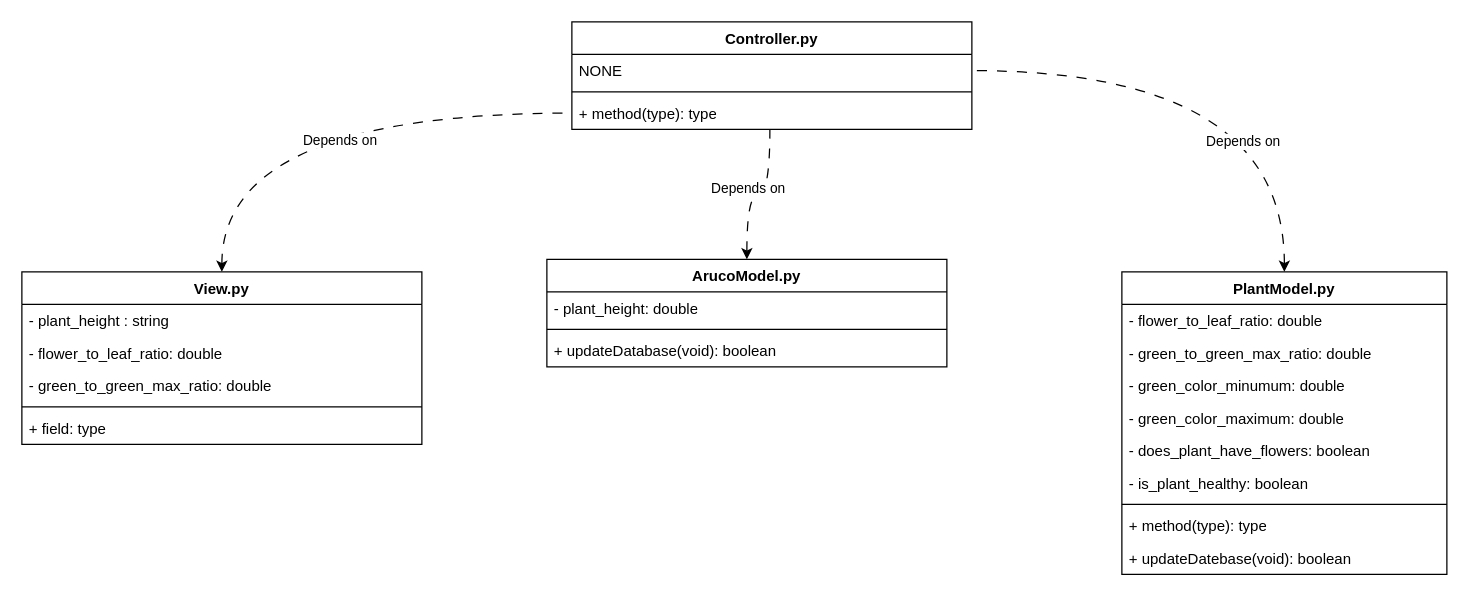
Above: page "UML" (3 of 3) of docs/block_diagram_flower_growth_tracker.drawio in JovanyZepeda/miniature-doodle (draw.io), before the change. Source tidied: cells renumbered, new cells numbered last; positions are measured from the earlier drawing's top-left corner, leaving out a move shared by most shapes. Both pictures are drawn from the tidied source at 125%, with x=0, y=0 at pixel (21, 21).
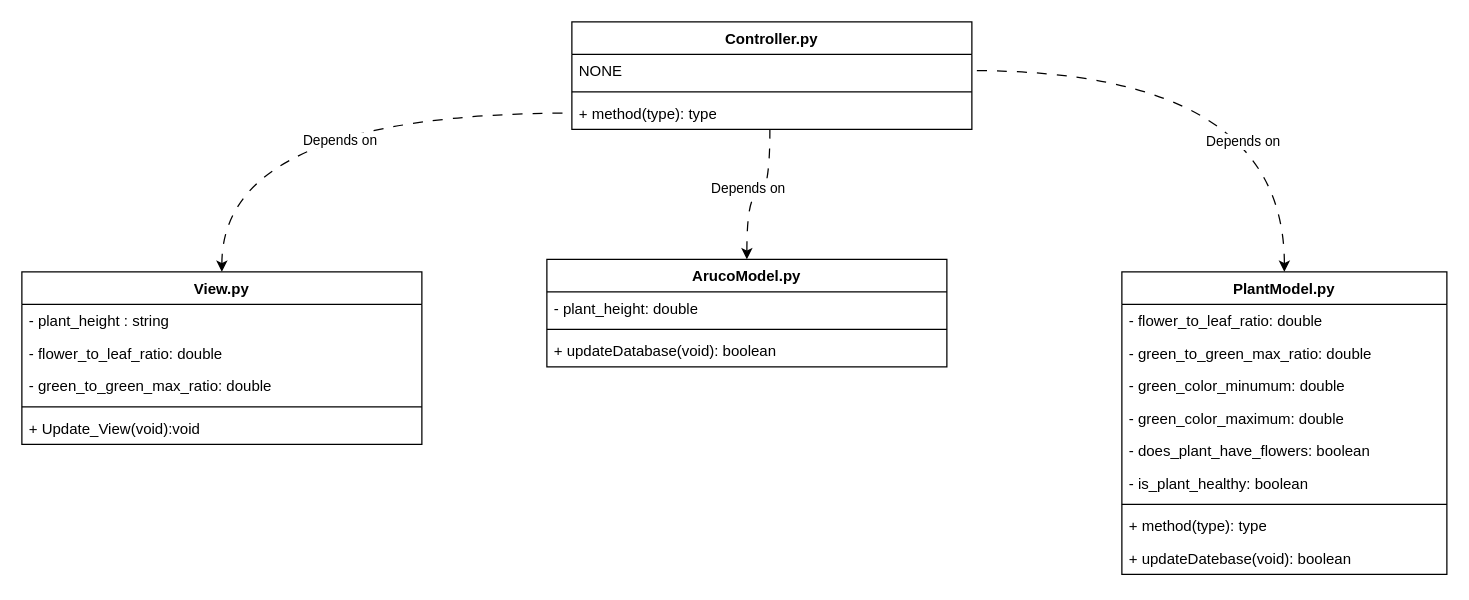
The same page after the edit.

The change refers to these unchanged cells:
```xml
<mxCell id="22" value="View.py" style="swimlane;fontStyle=1;align=center;verticalAlign=top;horizontal=1;startSize=26;whiteSpace=wrap;html=1;" parent="1" vertex="1">
  <mxGeometry y="200" width="320" height="138" as="geometry" />
</mxCell>
```

The edit, as a diff of the source:
```diff
@@
-    <mxCell id="27" value="+ field: type" style="text;strokeColor=none;fillColor=none;align=left;verticalAlign=top;spacingLeft=4;spacingRight=4;overflow=hidden;whiteSpace=wrap;html=1;" parent="22" vertex="1">
+    <mxCell id="27" value="+ Update_View(void):void" style="text;strokeColor=none;fillColor=none;align=left;verticalAlign=top;spacingLeft=4;spacingRight=4;overflow=hidden;whiteSpace=wrap;html=1;" parent="22" vertex="1">
       <mxGeometry y="112" width="320" height="26" as="geometry" />
     </mxCell>
```
